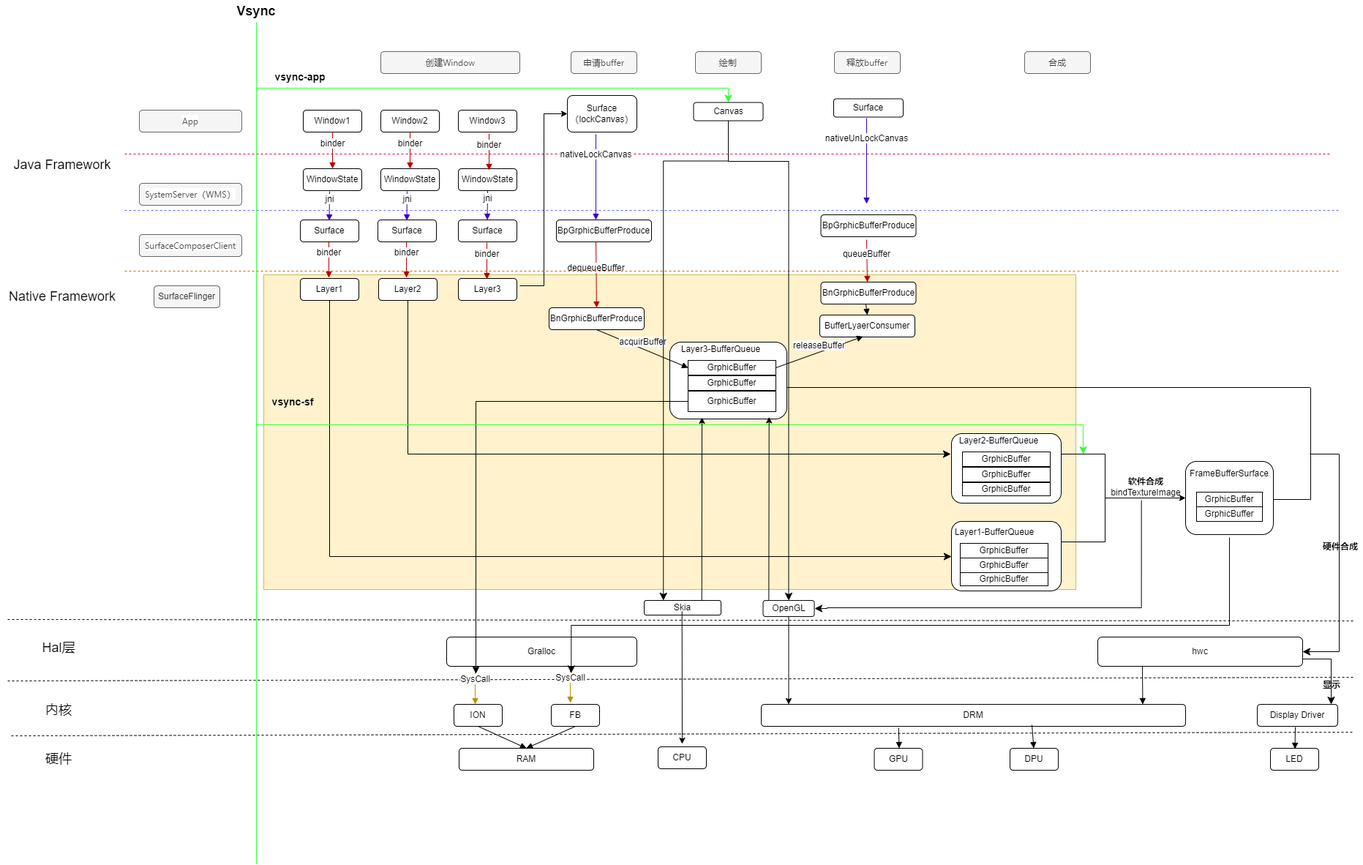
This is static/img/android图形架构.png from ywqyunshan/blog, a draw.io export, as it was before one commit. Source tidied: cells renumbered, new cells last; positions are measured from the earlier drawing's top-left corner, leaving out a move shared by most shapes.
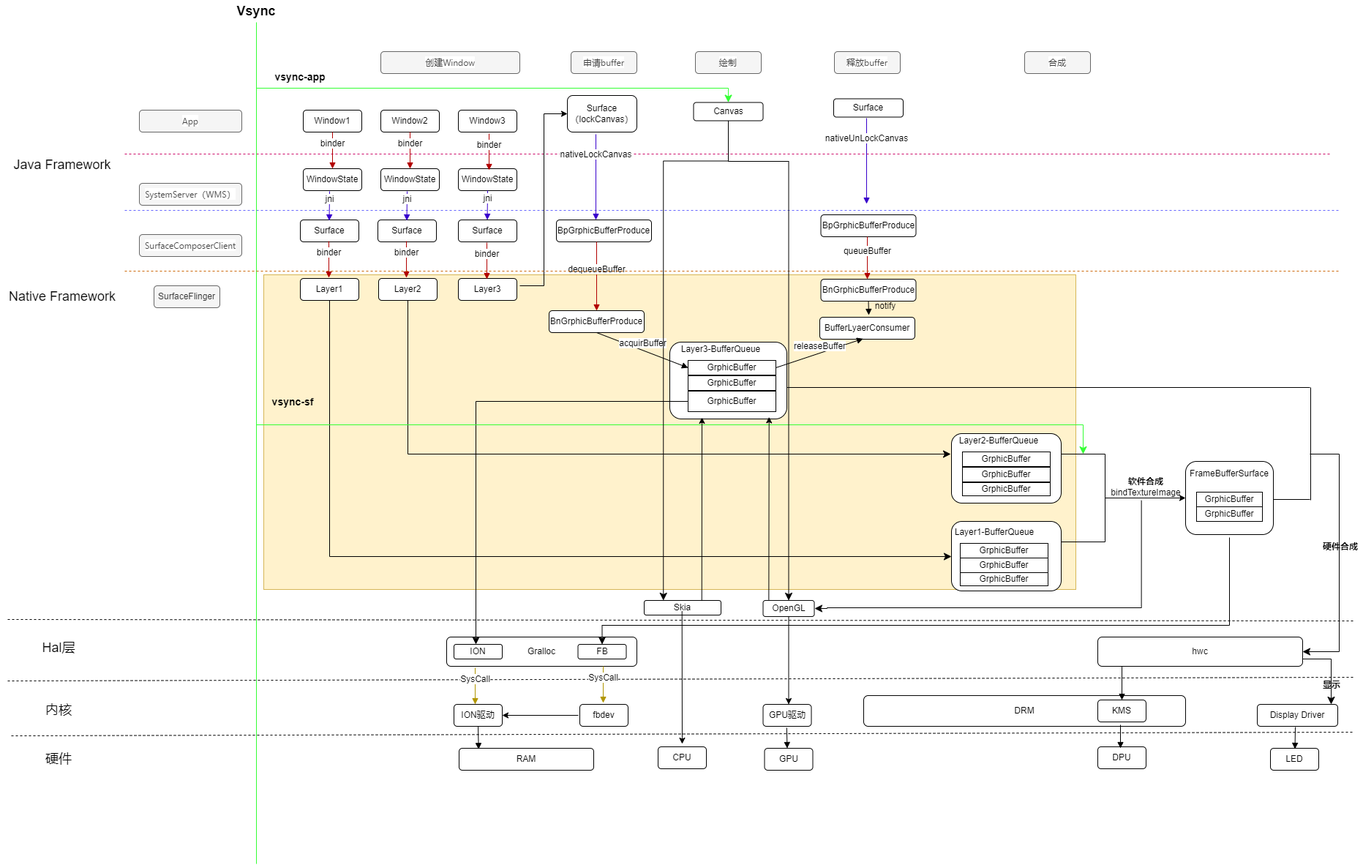
After the change.

Diff of the diagram source:
```diff
@@ -18,10 +18,10 @@
       <mxGeometry x="50" y="1022" width="60" height="30" as="geometry" />
     </mxCell>
     <mxCell id="6" value="GPU" style="rounded=1;whiteSpace=wrap;html=1;" parent="1" vertex="1">
-      <mxGeometry x="1194.5" y="1022" width="66" height="30" as="geometry" />
+      <mxGeometry x="1044.5" y="1022" width="66" height="30" as="geometry" />
     </mxCell>
     <mxCell id="7" value="DPU" style="rounded=1;whiteSpace=wrap;html=1;" parent="1" vertex="1">
-      <mxGeometry x="1380" y="1022" width="66" height="30" as="geometry" />
+      <mxGeometry x="1500" y="1020" width="66" height="30" as="geometry" />
     </mxCell>
     <mxCell id="8" value="RAM" style="rounded=1;whiteSpace=wrap;html=1;" parent="1" vertex="1">
       <mxGeometry x="627" y="1022" width="184" height="30" as="geometry" />
@@ -70,11 +70,11 @@
         <mxPoint x="1820" y="210" as="targetPoint" />
       </mxGeometry>
     </mxCell>
-    <mxCell id="21" value="ION" style="rounded=1;whiteSpace=wrap;html=1;" parent="1" vertex="1">
+    <mxCell id="21" value="ION驱动" style="rounded=1;whiteSpace=wrap;html=1;" parent="1" vertex="1">
       <mxGeometry x="620" y="962" width="66" height="30" as="geometry" />
     </mxCell>
     <mxCell id="22" value="DRM" style="rounded=1;whiteSpace=wrap;html=1;" parent="1" vertex="1">
-      <mxGeometry x="1040" y="962" width="580" height="30" as="geometry" />
+      <mxGeometry x="1180" y="950" width="440" height="42" as="geometry" />
     </mxCell>
     <mxCell id="23" value="Display Driver" style="rounded=1;whiteSpace=wrap;html=1;" parent="1" vertex="1">
       <mxGeometry x="1718" y="962" width="110" height="30" as="geometry" />
@@ -152,11 +152,11 @@
     </mxCell>
     <mxCell id="44" value="dequeueBuffer" style="html=1;verticalAlign=bottom;endArrow=block;rounded=0;fontSize=12;entryX=0.5;entryY=0;entryDx=0;entryDy=0;fillColor=#e51400;strokeColor=#B20000;" parent="1" edge="1" target="45">
       <mxGeometry relative="1" as="geometry">
-        <mxPoint x="814" y="330" as="sourcePoint" />
+        <mxPoint x="815" y="330" as="sourcePoint" />
       </mxGeometry>
     </mxCell>
     <mxCell id="45" value="BnGrphicBufferProduce" style="rounded=1;whiteSpace=wrap;html=1;" parent="1" vertex="1">
-      <mxGeometry x="750" y="420" width="130" height="30" as="geometry" />
+      <mxGeometry x="750" y="424" width="130" height="30" as="geometry" />
     </mxCell>
     <mxCell id="46" value="SysCall" style="html=1;verticalAlign=bottom;endArrow=block;rounded=0;fontSize=12;entryX=0.5;entryY=0;entryDx=0;entryDy=0;exitX=0.5;exitY=1;exitDx=0;exitDy=0;fillColor=#e3c800;strokeColor=#B09500;" parent="1" edge="1">
       <mxGeometry relative="1" as="geometry">
@@ -164,7 +164,7 @@
         <mxPoint x="649" y="962" as="targetPoint" />
       </mxGeometry>
     </mxCell>
-    <mxCell id="47" style="html=1;verticalAlign=bottom;endArrow=block;rounded=0;fontSize=12;entryX=0.5;entryY=0;entryDx=0;entryDy=0;exitX=0.5;exitY=1;exitDx=0;exitDy=0;fillColor=#e3c800;strokeColor=#000000;" parent="1" edge="1" source="21" target="8">
+    <mxCell id="47" style="html=1;verticalAlign=bottom;endArrow=block;rounded=0;fontSize=12;entryX=0.145;entryY=0.044;entryDx=0;entryDy=0;exitX=0.5;exitY=1;exitDx=0;exitDy=0;fillColor=#e3c800;strokeColor=#000000;entryPerimeter=0;" parent="1" edge="1" source="21" target="8">
       <mxGeometry relative="1" as="geometry" />
     </mxCell>
     <mxCell id="48" value="Canvas" style="rounded=1;whiteSpace=wrap;html=1;" parent="1" vertex="1">
@@ -203,36 +203,34 @@
     </mxCell>
     <mxCell id="57" value="queueBuffer" style="html=1;verticalAlign=bottom;endArrow=block;rounded=0;fontSize=12;fillColor=#e51400;strokeColor=#B20000;" parent="1" edge="1">
       <mxGeometry relative="1" as="geometry">
-        <mxPoint x="1184" y="327" as="sourcePoint" />
-        <mxPoint x="1185" y="385" as="targetPoint" />
+        <mxPoint x="1185" y="323" as="sourcePoint" />
+        <mxPoint x="1185" y="381" as="targetPoint" />
       </mxGeometry>
     </mxCell>
     <mxCell id="58" value="BnGrphicBufferProduce" style="rounded=1;whiteSpace=wrap;html=1;" parent="1" vertex="1">
-      <mxGeometry x="1121.5" y="385" width="130" height="30" as="geometry" />
+      <mxGeometry x="1121.5" y="381" width="130" height="30" as="geometry" />
     </mxCell>
     <mxCell id="59" value="BufferLyaerConsumer" style="rounded=1;whiteSpace=wrap;html=1;" parent="1" vertex="1">
-      <mxGeometry x="1120" y="430" width="130" height="30" as="geometry" />
+      <mxGeometry x="1120" y="433" width="130" height="30" as="geometry" />
     </mxCell>
-    <mxCell id="60" style="html=1;verticalAlign=bottom;endArrow=block;rounded=0;fontSize=12;fillColor=#e3c800;strokeColor=#000000;entryX=0.5;entryY=0;entryDx=0;entryDy=0;" parent="1" edge="1" target="59">
+    <mxCell id="60" style="html=1;verticalAlign=bottom;endArrow=block;rounded=0;fontSize=12;fillColor=#e3c800;strokeColor=#000000;exitX=0.5;exitY=1;exitDx=0;exitDy=0;" parent="1" edge="1" source="58">
       <mxGeometry relative="1" as="geometry">
-        <mxPoint x="1183" y="415" as="sourcePoint" />
+        <mxPoint x="1187" y="430" as="targetPoint" />
       </mxGeometry>
     </mxCell>
-    <mxCell id="61" style="html=1;verticalAlign=bottom;endArrow=block;rounded=0;fontSize=12;fillColor=#e3c800;strokeColor=#000000;entryX=0.899;entryY=0;entryDx=0;entryDy=0;entryPerimeter=0;" parent="1" edge="1" target="22">
-      <mxGeometry relative="1" as="geometry">
-        <mxPoint x="1561" y="910" as="sourcePoint" />
-      </mxGeometry>
+    <mxCell id="61" style="html=1;verticalAlign=bottom;endArrow=block;rounded=0;fontSize=12;fillColor=#e3c800;strokeColor=#000000;entryX=0.5;entryY=0;entryDx=0;entryDy=0;exitX=0.118;exitY=1;exitDx=0;exitDy=0;exitPerimeter=0;" parent="1" edge="1" source="25" target="131">
+      <mxGeometry relative="1" as="geometry" />
     </mxCell>
     <mxCell id="62" style="html=1;verticalAlign=bottom;endArrow=block;rounded=0;fontSize=12;fillColor=#e3c800;strokeColor=#000000;" parent="1" edge="1">
       <mxGeometry relative="1" as="geometry">
-        <mxPoint x="1410" y="990" as="sourcePoint" />
-        <mxPoint x="1412.5" y="1022" as="targetPoint" />
+        <mxPoint x="1531" y="990" as="sourcePoint" />
+        <mxPoint x="1531" y="1022" as="targetPoint" />
       </mxGeometry>
     </mxCell>
     <mxCell id="63" style="html=1;verticalAlign=bottom;endArrow=block;rounded=0;fontSize=12;fillColor=#e3c800;strokeColor=#000000;exitX=0.828;exitY=1.067;exitDx=0;exitDy=0;exitPerimeter=0;" parent="1" edge="1">
       <mxGeometry relative="1" as="geometry">
-        <mxPoint x="1227.8" y="994" as="sourcePoint" />
-        <mxPoint x="1228.5" y="1022" as="targetPoint" />
+        <mxPoint x="1074.8" y="994" as="sourcePoint" />
+        <mxPoint x="1075.5" y="1022" as="targetPoint" />
       </mxGeometry>
     </mxCell>
     <mxCell id="64" value="binder" style="html=1;verticalAlign=bottom;endArrow=block;rounded=0;fontSize=12;entryX=0.5;entryY=0;entryDx=0;entryDy=0;exitX=0.5;exitY=1;exitDx=0;exitDy=0;fillColor=#e51400;strokeColor=#B20000;" parent="1" edge="1">
@@ -381,8 +379,8 @@
     <mxCell id="102" value="FrameBufferSurface" style="text;html=1;strokeColor=none;fillColor=none;align=center;verticalAlign=middle;whiteSpace=wrap;rounded=0;" parent="1" vertex="1">
       <mxGeometry x="1650" y="632" width="60" height="30" as="geometry" />
     </mxCell>
-    <mxCell id="103" value="FB" style="rounded=1;whiteSpace=wrap;html=1;" parent="1" vertex="1">
-      <mxGeometry x="753" y="962" width="66" height="30" as="geometry" />
+    <mxCell id="103" value="fbdev" style="rounded=1;whiteSpace=wrap;html=1;" parent="1" vertex="1">
+      <mxGeometry x="792" y="962" width="66" height="30" as="geometry" />
     </mxCell>
     <mxCell id="104" style="endArrow=none;dashed=1;html=1;rounded=0;strokeColor=#CC6600;" parent="1" edge="1">
       <mxGeometry relative="1" as="geometry">
@@ -392,13 +390,10 @@
     </mxCell>
     <mxCell id="105" value="SysCall" style="html=1;verticalAlign=bottom;endArrow=block;rounded=0;fontSize=12;entryX=0.5;entryY=0;entryDx=0;entryDy=0;exitX=0.5;exitY=1;exitDx=0;exitDy=0;fillColor=#e3c800;strokeColor=#B09500;" parent="1" edge="1">
       <mxGeometry relative="1" as="geometry">
-        <mxPoint x="779" y="910" as="sourcePoint" />
-        <mxPoint x="779" y="960" as="targetPoint" />
+        <mxPoint x="824" y="910" as="sourcePoint" />
+        <mxPoint x="824" y="960" as="targetPoint" />
       </mxGeometry>
     </mxCell>
-    <mxCell id="106" style="html=1;verticalAlign=bottom;endArrow=block;rounded=0;fontSize=12;entryX=0.5;entryY=0;entryDx=0;entryDy=0;exitX=0.5;exitY=1;exitDx=0;exitDy=0;fillColor=#e3c800;strokeColor=#000000;" parent="1" edge="1" source="103" target="8">
-      <mxGeometry relative="1" as="geometry" />
-    </mxCell>
     <mxCell id="107" style="html=1;verticalAlign=bottom;endArrow=block;rounded=0;fontSize=12;fillColor=#e3c800;strokeColor=#000000;" parent="1" edge="1">
       <mxGeometry relative="1" as="geometry">
         <mxPoint x="1770" y="993" as="sourcePoint" />
@@ -414,18 +409,16 @@
     <mxCell id="109" value="&lt;div style=&quot;text-align: start;&quot;&gt;&lt;font face=&quot;-apple-system, BlinkMacSystemFont, Apple Color Emoji, Segoe UI Emoji, Segoe UI Symbol, Segoe UI, PingFang SC, Hiragino Sans GB, Microsoft YaHei, Helvetica Neue, Helvetica, Arial, sans-serif&quot; color=&quot;#404040&quot;&gt;&lt;span style=&quot;background-color: rgb(255, 255, 255);&quot;&gt;合成&lt;/span&gt;&lt;/font&gt;&lt;/div&gt;" style="rounded=1;whiteSpace=wrap;html=1;fillColor=#f5f5f5;fontColor=#333333;strokeColor=#666666;" parent="1" vertex="1">
       <mxGeometry x="1400" y="70" width="90" height="30" as="geometry" />
     </mxCell>
-    <mxCell id="110" style="edgeStyle=elbowEdgeStyle;elbow=horizontal;endArrow=classic;html=1;curved=0;rounded=0;endSize=8;startSize=8;strokeColor=#000000;exitX=0;exitY=0.5;exitDx=0;exitDy=0;" parent="1" edge="1" source="70">
+    <mxCell id="110" style="edgeStyle=elbowEdgeStyle;elbow=horizontal;endArrow=classic;html=1;curved=0;rounded=0;endSize=8;startSize=8;strokeColor=#000000;exitX=0;exitY=0.5;exitDx=0;exitDy=0;" parent="1" edge="1" source="70" target="129">
       <mxGeometry relative="1" as="geometry">
-        <mxPoint x="650" y="920" as="targetPoint" />
         <Array as="points">
           <mxPoint x="650" y="710" />
         </Array>
       </mxGeometry>
     </mxCell>
-    <mxCell id="111" style="edgeStyle=elbowEdgeStyle;elbow=vertical;endArrow=classic;html=1;curved=0;rounded=0;endSize=8;startSize=8;strokeColor=#000000;entryX=0.655;entryY=1.133;entryDx=0;entryDy=0;entryPerimeter=0;" parent="1" edge="1">
+    <mxCell id="111" style="edgeStyle=elbowEdgeStyle;elbow=vertical;endArrow=classic;html=1;curved=0;rounded=0;endSize=8;startSize=8;strokeColor=#000000;" parent="1" edge="1" target="130">
       <mxGeometry relative="1" as="geometry">
         <mxPoint x="1680" y="734" as="sourcePoint" />
-        <mxPoint x="780.3" y="919.3" as="targetPoint" />
         <Array as="points">
           <mxPoint x="1240" y="854" />
         </Array>
@@ -513,5 +506,25 @@
         <mxPoint x="1050.7" y="569.4" as="targetPoint" />
       </mxGeometry>
     </mxCell>
+    <mxCell id="127" value="notify" style="text;html=1;strokeColor=none;fillColor=none;align=center;verticalAlign=middle;whiteSpace=wrap;rounded=0;" parent="1" vertex="1">
+      <mxGeometry x="1180" y="403" width="60" height="30" as="geometry" />
+    </mxCell>
+    <mxCell id="128" style="endArrow=classic;html=1;rounded=0;entryX=1;entryY=0.5;entryDx=0;entryDy=0;" parent="1" edge="1" target="21">
+      <mxGeometry relative="1" as="geometry">
+        <mxPoint x="790" y="977" as="sourcePoint" />
+      </mxGeometry>
+    </mxCell>
+    <mxCell id="129" value="ION" style="rounded=1;whiteSpace=wrap;html=1;" parent="1" vertex="1">
+      <mxGeometry x="620" y="880" width="66" height="20" as="geometry" />
+    </mxCell>
+    <mxCell id="130" value="FB" style="rounded=1;whiteSpace=wrap;html=1;" parent="1" vertex="1">
+      <mxGeometry x="789.5" y="880" width="66" height="20" as="geometry" />
+    </mxCell>
+    <mxCell id="131" value="KMS" style="rounded=1;whiteSpace=wrap;html=1;" parent="1" vertex="1">
+      <mxGeometry x="1500" y="956" width="66" height="30" as="geometry" />
+    </mxCell>
+    <mxCell id="132" value="GPU驱动" style="rounded=1;whiteSpace=wrap;html=1;" parent="1" vertex="1">
+      <mxGeometry x="1042.5" y="962" width="66" height="30" as="geometry" />
+    </mxCell>
   </root>
 </mxGraphModel>
```
